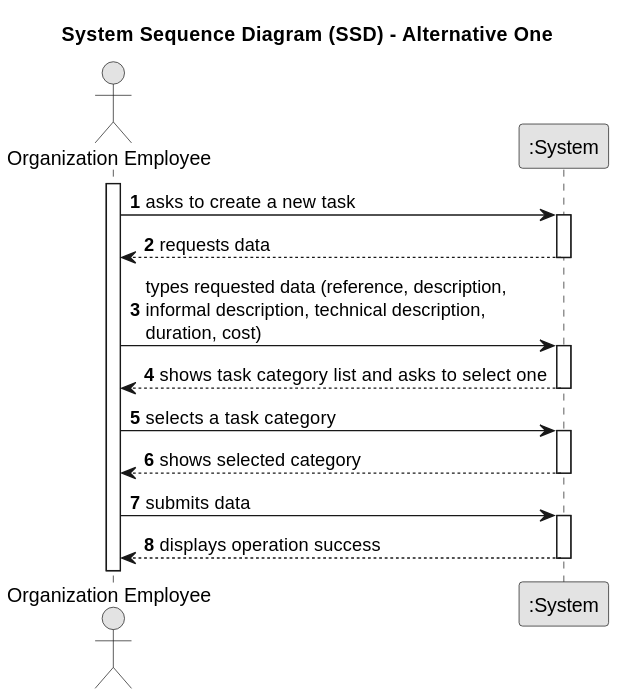
Earlier version of the PlantUML export docs/sprintA/us001/01.requirements-engineering/svg/us006-system-sequence-diagram-alternative-one.svg (rita-barbosa/LAPR2-2223).
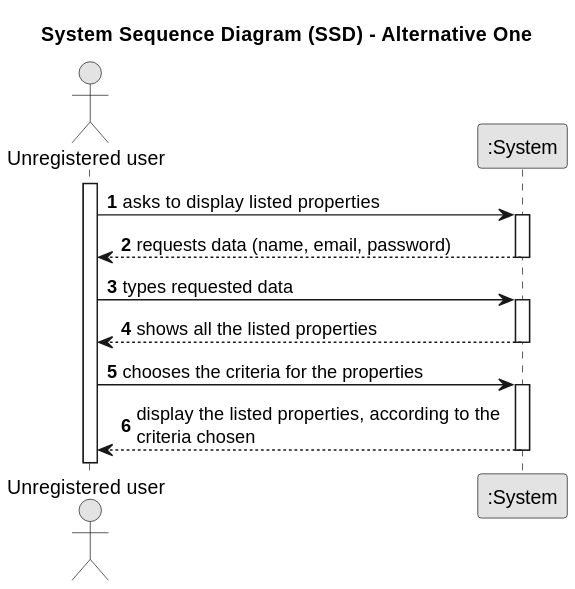
Above is the later version.

What changed in the source:
```diff
@@ -7,32 +7,26 @@
 
 autonumber
 
-actor "Organization Employee" as Employee
+actor "Unregistered user" as Employee
 participant ":System" as System
 
 activate Employee
 
-    Employee -> System : asks to create a new task
+    Employee -> System : asks to display listed properties
     activate System
 
-        System --> Employee : requests data
+        System --> Employee : requests data (name, email, password)
     deactivate System
 
-    Employee -> System : types requested data (reference, description, \ninformal description, technical description,\nduration, cost)
+    Employee -> System : types requested data
     activate System
 
-        System --> Employee : shows task category list and asks to select one
+        System --> Employee : shows all the listed properties
     deactivate System
 
-    Employee -> System : selects a task category
+    Employee -> System : chooses the criteria for the properties
     activate System
 
-        System --> Employee : shows selected category
-    deactivate System
-
-    Employee -> System : submits data
-    activate System
-
-        System --> Employee : displays operation success
+        System --> Employee : display the listed properties, according to the \ncriteria chosen
     deactivate System
 @enduml
```
